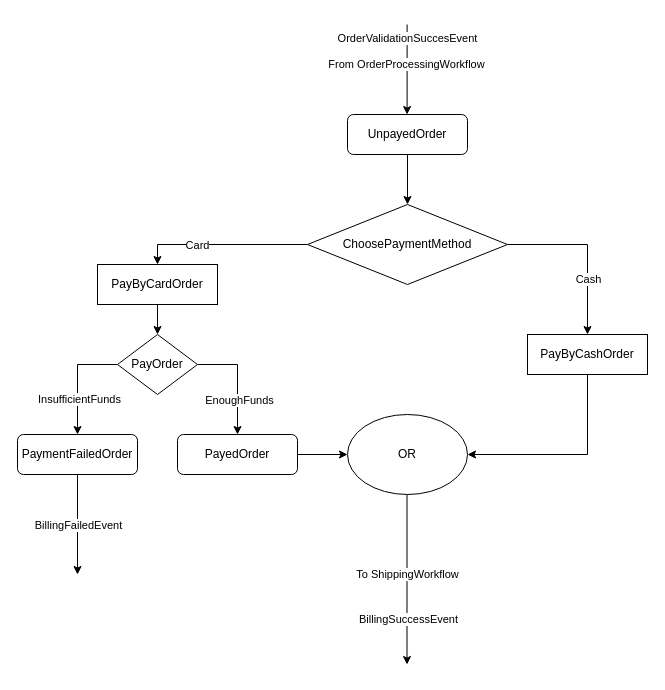
Earlier version of the draw.io diagram Proiect PSSC/Proiect PSSC/Flow Diagrams/Billing.drawio (Voicuu/Proiect-PSSC). Source tidied: cells renumbered, new cells numbered last; positions are measured from the earlier drawing's top-left corner, leaving out a move shared by most shapes. Both pictures are drawn from the tidied source at 100%, with x=0, y=0 at pixel (17, 24).
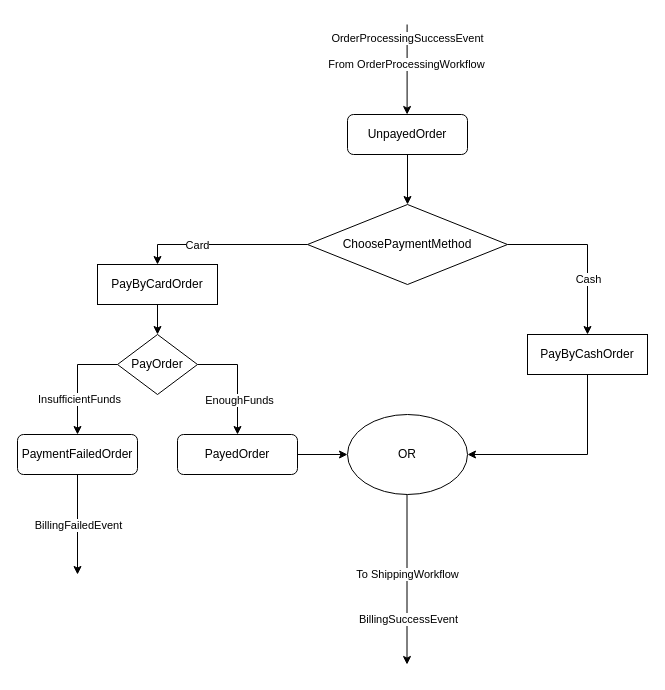
After the change.

The change refers to these unchanged cells:
```xml
<mxCell id="4" style="endArrow=classic;html=1;rounded=0;" parent="1" edge="1">
  <mxGeometry relative="1" as="geometry">
    <mxPoint x="389.6" as="sourcePoint" />
    <mxPoint x="389.6" y="90" as="targetPoint" />
  </mxGeometry>
</mxCell>
```

What changed in the source:
```diff
@@
-    <mxCell id="6" value="OrderValidationSuccesEvent" style="edgeLabel;html=1;align=center;verticalAlign=middle;" parent="4" vertex="1">
+    <mxCell id="6" value="OrderProcessingSuccessEvent" style="edgeLabel;html=1;align=center;verticalAlign=middle;" parent="4" vertex="1">
       <mxGeometry x="-0.71" relative="1" as="geometry" />
     </mxCell>
```
